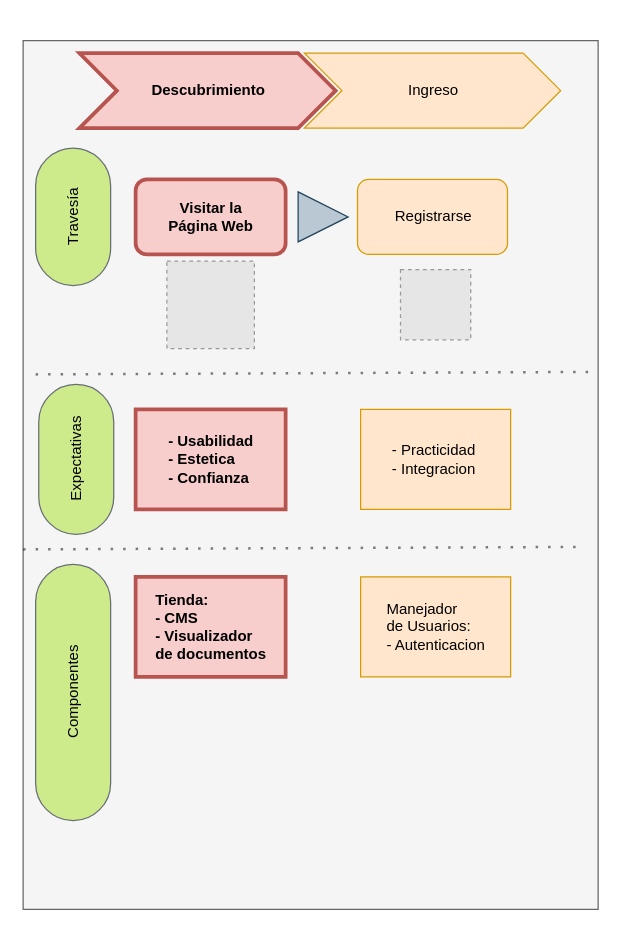
Earlier version of the draw.io diagram page "Fase 1" (2 of 7) of client journey.drawio (segurajhona/arqui-katas). Source tidied: cells renumbered, new cells numbered last; positions are measured from the earlier drawing's top-left corner, leaving out a move shared by most shapes. Both pictures are drawn from the tidied source at 125%, with x=0, y=0 at pixel (-55, 40). Pictures stored in the file or linked from it are replaced by grey dashed boxes.
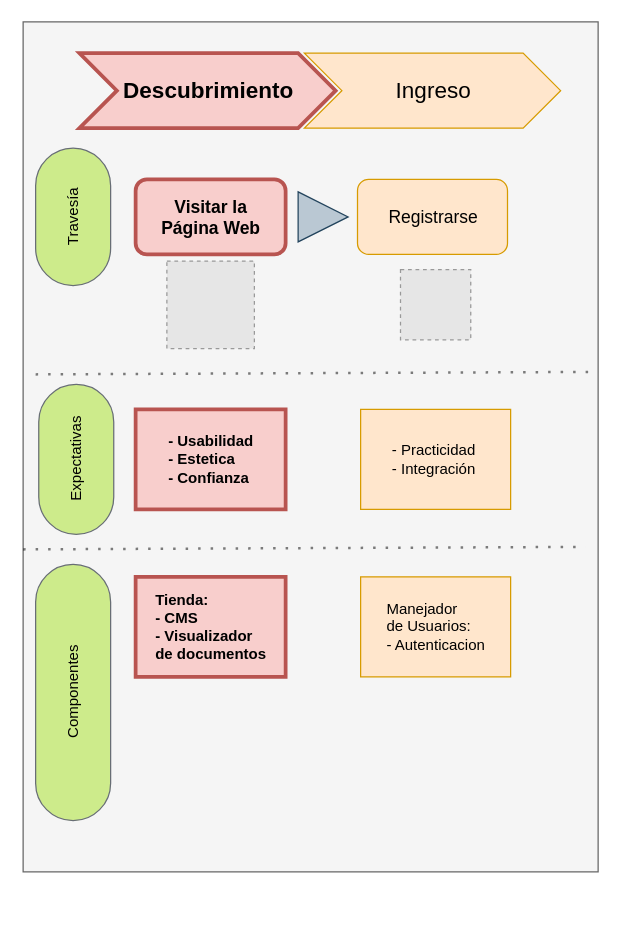
The same page after the edit.

Diff of the diagram source:
```diff
@@
     <mxCell id="2" style="rounded=0;html=1;fillColor=#f5f5f5;fontColor=#000000;strokeColor=#666666;labelBackgroundColor=none;labelBorderColor=none;" parent="1" vertex="1">
-      <mxGeometry x="62" width="460" height="695" as="geometry" />
+      <mxGeometry x="62" y="-15" width="460" height="680" as="geometry" />
     </mxCell>
-    <mxCell id="3" value="&lt;b&gt;Visitar la &lt;br&gt;Página Web&lt;/b&gt;" style="rounded=1;html=1;fillColor=#f8cecc;strokeColor=#b85450;labelBackgroundColor=none;labelBorderColor=none;fontColor=#000000;strokeWidth=3;" parent="1" vertex="1">
+    <mxCell id="3" value="&lt;b&gt;&lt;font style=&quot;font-size: 14px;&quot;&gt;Visitar la &lt;br&gt;Página Web&lt;/font&gt;&lt;/b&gt;" style="rounded=1;html=1;fillColor=#f8cecc;strokeColor=#b85450;labelBackgroundColor=none;labelBorderColor=none;fontColor=#000000;strokeWidth=3;" parent="1" vertex="1">
       <mxGeometry x="152" y="111" width="120" height="60" as="geometry" />
     </mxCell>
-    <mxCell id="4" value="Registrarse" style="rounded=1;html=1;fillColor=#ffe6cc;strokeColor=#d79b00;labelBackgroundColor=none;labelBorderColor=none;fontColor=#000000;" parent="1" vertex="1">
+    <mxCell id="4" value="&lt;font style=&quot;font-size: 14px;&quot;&gt;Registrarse&lt;/font&gt;" style="rounded=1;html=1;fillColor=#ffe6cc;strokeColor=#d79b00;labelBackgroundColor=none;labelBorderColor=none;fontColor=#000000;" parent="1" vertex="1">
       <mxGeometry x="329.5" y="111" width="120" height="60" as="geometry" />
     </mxCell>
-    <mxCell id="5" value="&lt;b&gt;Descubrimiento&lt;/b&gt;" style="html=1;shadow=0;dashed=0;align=center;verticalAlign=middle;shape=mxgraph.arrows2.arrow;dy=0;dx=30;notch=30;fillColor=#f8cecc;strokeColor=#b85450;labelBackgroundColor=none;labelBorderColor=none;fontColor=#000000;strokeWidth=3;" parent="1" vertex="1">
+    <mxCell id="5" value="&lt;b&gt;&lt;font style=&quot;font-size: 18px;&quot;&gt;Descubrimiento&lt;/font&gt;&lt;/b&gt;" style="html=1;shadow=0;dashed=0;align=center;verticalAlign=middle;shape=mxgraph.arrows2.arrow;dy=0;dx=30;notch=30;fillColor=#f8cecc;strokeColor=#b85450;labelBackgroundColor=none;labelBorderColor=none;fontColor=#000000;strokeWidth=3;" parent="1" vertex="1">
       <mxGeometry x="107" y="10" width="205" height="60" as="geometry" />
     </mxCell>
-    <mxCell id="6" value="Ingreso" style="html=1;shadow=0;dashed=0;align=center;verticalAlign=middle;shape=mxgraph.arrows2.arrow;dy=0;dx=30;notch=30;fillColor=#ffe6cc;strokeColor=#d79b00;labelBackgroundColor=none;labelBorderColor=none;fontColor=#000000;" parent="1" vertex="1">
+    <mxCell id="6" value="&lt;font style=&quot;font-size: 18px;&quot;&gt;Ingreso&lt;/font&gt;" style="html=1;shadow=0;dashed=0;align=center;verticalAlign=middle;shape=mxgraph.arrows2.arrow;dy=0;dx=30;notch=30;fillColor=#ffe6cc;strokeColor=#d79b00;labelBackgroundColor=none;labelBorderColor=none;fontColor=#000000;" parent="1" vertex="1">
       <mxGeometry x="287" y="10" width="205" height="60" as="geometry" />
     </mxCell>
@@
-    <mxCell id="9" value="&lt;div style=&quot;text-align: left;&quot;&gt;&lt;div&gt;- Practicidad&lt;/div&gt;&lt;div&gt;- Integracion&lt;span style=&quot;&quot;&gt;&amp;nbsp;&lt;/span&gt;&lt;/div&gt;&lt;/div&gt;" style="rounded=0;html=1;fillColor=#ffe6cc;strokeColor=#d79b00;labelBackgroundColor=none;labelBorderColor=none;fontColor=#000000;" parent="1" vertex="1">
+    <mxCell id="9" value="&lt;div style=&quot;text-align: left;&quot;&gt;&lt;div&gt;- Practicidad&lt;/div&gt;&lt;div&gt;- Integración&lt;span style=&quot;&quot;&gt;&amp;nbsp;&lt;/span&gt;&lt;/div&gt;&lt;/div&gt;" style="rounded=0;html=1;fillColor=#ffe6cc;strokeColor=#d79b00;labelBackgroundColor=none;labelBorderColor=none;fontColor=#000000;" parent="1" vertex="1">
       <mxGeometry x="332" y="295" width="120" height="80" as="geometry" />
     </mxCell>
```
